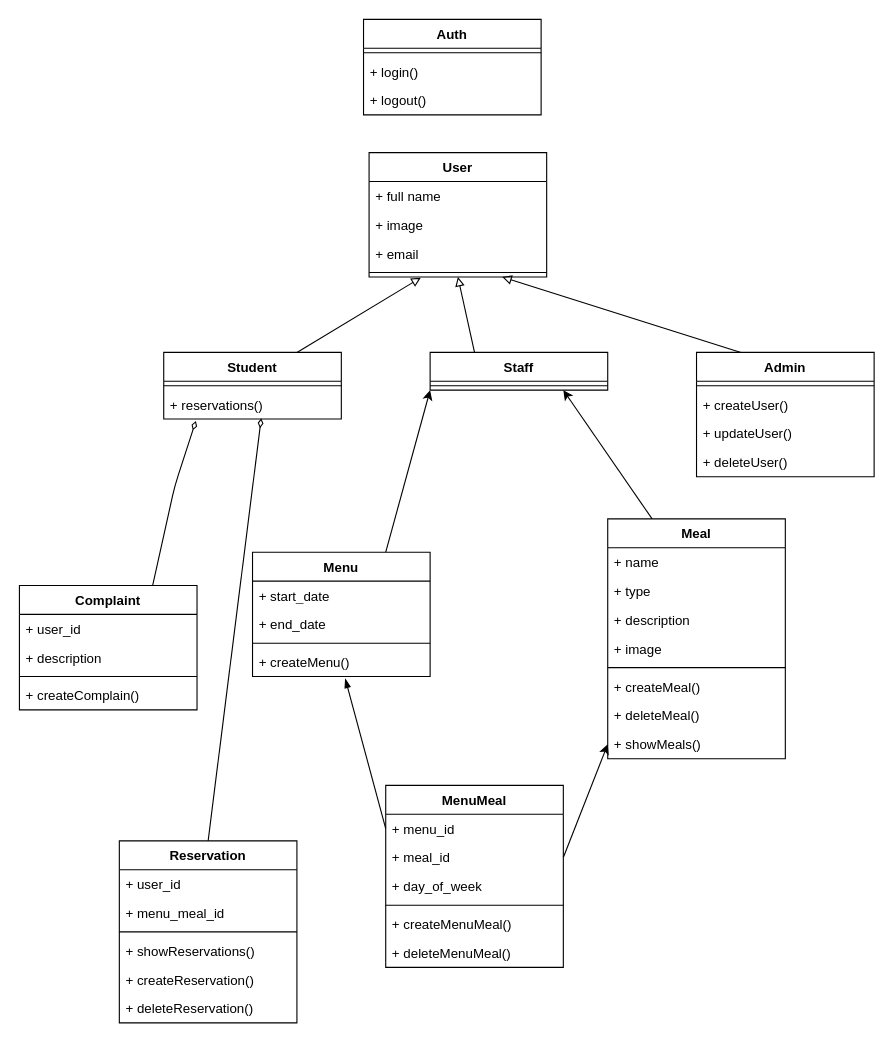
Before: schemas/class-diagram.drawio in amineElgaini/school-restaurant, a draw.io diagram. Source tidied: cells renumbered, new cells numbered last; positions are measured from the earlier drawing's top-left corner, leaving out a move shared by most shapes. Both pictures are drawn from the tidied source at 111%, with x=0, y=0 at pixel (19, 19).
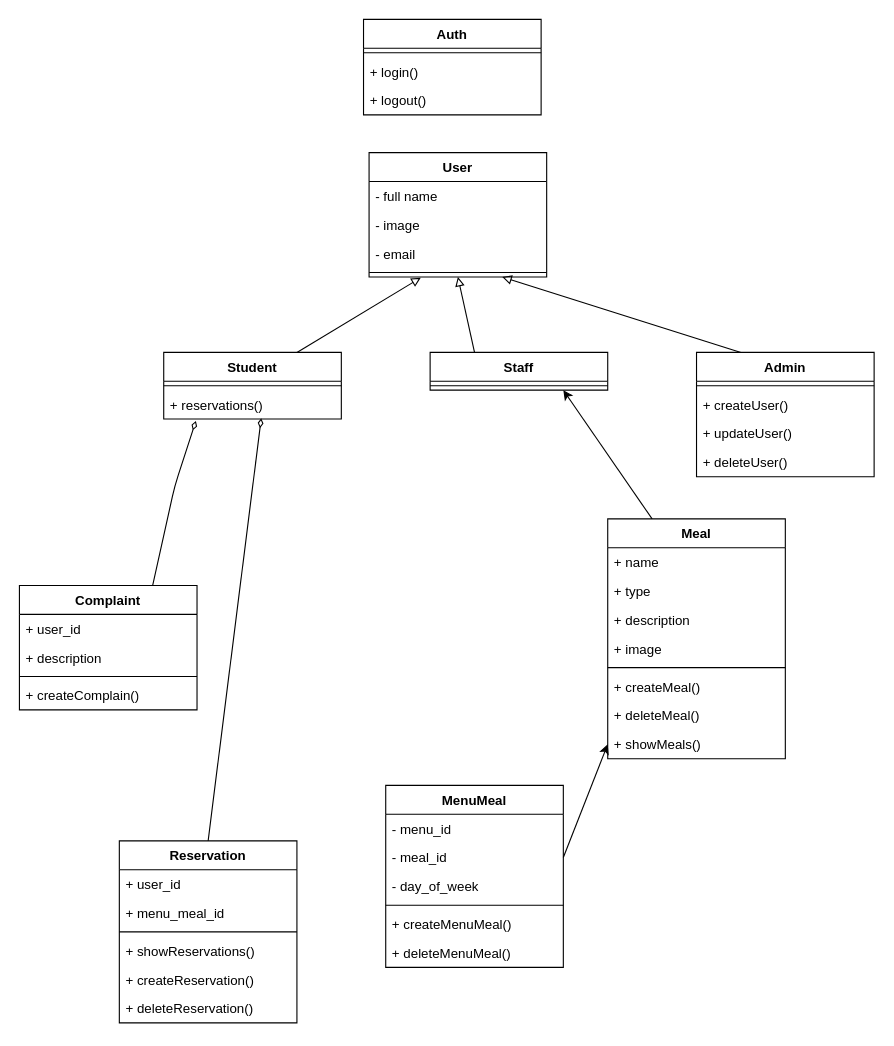
After the change.

Unchanged cells that the change refers to:
```xml
<mxCell id="2" value="User" style="swimlane;fontStyle=1;align=center;verticalAlign=top;horizontal=1;startSize=26;whiteSpace=wrap;html=1;" parent="1" vertex="1">
  <mxGeometry x="315" y="120" width="160" height="112" as="geometry" />
</mxCell>
<mxCell id="36" value="MenuMeal" style="swimlane;fontStyle=1;align=center;verticalAlign=top;horizontal=1;startSize=26;whiteSpace=wrap;html=1;" parent="1" vertex="1">
  <mxGeometry x="330" y="690" width="160" height="164" as="geometry" />
</mxCell>
<mxCell id="59" value="Staff" style="swimlane;fontStyle=1;align=center;verticalAlign=top;horizontal=1;startSize=26;whiteSpace=wrap;html=1;" parent="1" vertex="1">
  <mxGeometry x="370" y="300" width="160" height="34" as="geometry" />
</mxCell>
```

What changed in the source:
```diff
@@
-    <mxCell id="3" value="+ full name" style="text;strokeColor=none;fillColor=none;align=left;verticalAlign=top;spacingLeft=4;spacingRight=4;overflow=hidden;whiteSpace=wrap;html=1;" parent="2" vertex="1">
+    <mxCell id="3" value="- full name" style="text;strokeColor=none;fillColor=none;align=left;verticalAlign=top;spacingLeft=4;spacingRight=4;overflow=hidden;whiteSpace=wrap;html=1;" parent="2" vertex="1">
       <mxGeometry y="26" width="160" height="26" as="geometry" />
     </mxCell>
-    <mxCell id="4" value="+ image" style="text;strokeColor=none;fillColor=none;align=left;verticalAlign=top;spacingLeft=4;spacingRight=4;overflow=hidden;whiteSpace=wrap;html=1;" parent="2" vertex="1">
+    <mxCell id="4" value="- image" style="text;strokeColor=none;fillColor=none;align=left;verticalAlign=top;spacingLeft=4;spacingRight=4;overflow=hidden;whiteSpace=wrap;html=1;" parent="2" vertex="1">
       <mxGeometry y="52" width="160" height="26" as="geometry" />
     </mxCell>
-    <mxCell id="5" value="+ email" style="text;strokeColor=none;fillColor=none;align=left;verticalAlign=top;spacingLeft=4;spacingRight=4;overflow=hidden;whiteSpace=wrap;html=1;" parent="2" vertex="1">
+    <mxCell id="5" value="- email" style="text;strokeColor=none;fillColor=none;align=left;verticalAlign=top;spacingLeft=4;spacingRight=4;overflow=hidden;whiteSpace=wrap;html=1;" parent="2" vertex="1">
       <mxGeometry y="78" width="160" height="26" as="geometry" />
     </mxCell>
@@
-    <mxCell id="20" style="edgeStyle=none;html=1;exitX=0.75;exitY=0;exitDx=0;exitDy=0;entryX=0;entryY=1;entryDx=0;entryDy=0;" parent="1" edge="1" source="21" target="59">
-      <mxGeometry relative="1" as="geometry" />
-    </mxCell>
-    <mxCell id="21" value="Menu" style="swimlane;fontStyle=1;align=center;verticalAlign=top;horizontal=1;startSize=26;whiteSpace=wrap;html=1;" parent="1" vertex="1">
-      <mxGeometry x="210" y="480" width="160" height="112" as="geometry" />
-    </mxCell>
-    <mxCell id="22" value="+ start_date" style="text;strokeColor=none;fillColor=none;align=left;verticalAlign=top;spacingLeft=4;spacingRight=4;overflow=hidden;whiteSpace=wrap;html=1;" parent="21" vertex="1">
-      <mxGeometry y="26" width="160" height="26" as="geometry" />
-    </mxCell>
-    <mxCell id="23" value="+ end_date" style="text;strokeColor=none;fillColor=none;align=left;verticalAlign=top;spacingLeft=4;spacingRight=4;overflow=hidden;whiteSpace=wrap;html=1;" parent="21" vertex="1">
-      <mxGeometry y="52" width="160" height="26" as="geometry" />
-    </mxCell>
-    <mxCell id="24" style="line;strokeWidth=1;fillColor=none;align=left;verticalAlign=middle;spacingTop=-1;spacingLeft=3;spacingRight=3;labelPosition=right;strokeColor=inherit;" parent="21" vertex="1">
-      <mxGeometry y="78" width="160" height="8" as="geometry" />
-    </mxCell>
-    <mxCell id="25" value="+ createMenu()" style="text;strokeColor=none;fillColor=none;align=left;verticalAlign=top;spacingLeft=4;spacingRight=4;overflow=hidden;points=[[0,0.5],[1,0.5]];portConstraint=eastwest;whiteSpace=wrap;html=1;" parent="21" vertex="1">
-      <mxGeometry y="86" width="160" height="26" as="geometry" />
-    </mxCell>
@@
-    <mxCell id="37" value="+ menu_id" style="text;strokeColor=none;fillColor=none;align=left;verticalAlign=top;spacingLeft=4;spacingRight=4;overflow=hidden;points=[[0,0.5],[1,0.5]];portConstraint=eastwest;whiteSpace=wrap;html=1;" parent="36" vertex="1">
+    <mxCell id="37" value="- menu_id" style="text;strokeColor=none;fillColor=none;align=left;verticalAlign=top;spacingLeft=4;spacingRight=4;overflow=hidden;points=[[0,0.5],[1,0.5]];portConstraint=eastwest;whiteSpace=wrap;html=1;" parent="36" vertex="1">
       <mxGeometry y="26" width="160" height="26" as="geometry" />
     </mxCell>
-    <mxCell id="38" value="+ meal_id" style="text;strokeColor=none;fillColor=none;align=left;verticalAlign=top;spacingLeft=4;spacingRight=4;overflow=hidden;points=[[0,0.5],[1,0.5]];portConstraint=eastwest;whiteSpace=wrap;html=1;" parent="36" vertex="1">
+    <mxCell id="38" value="- meal_id" style="text;strokeColor=none;fillColor=none;align=left;verticalAlign=top;spacingLeft=4;spacingRight=4;overflow=hidden;points=[[0,0.5],[1,0.5]];portConstraint=eastwest;whiteSpace=wrap;html=1;" parent="36" vertex="1">
       <mxGeometry y="52" width="160" height="26" as="geometry" />
     </mxCell>
-    <mxCell id="39" value="+ day_of_week" style="text;strokeColor=none;fillColor=none;align=left;verticalAlign=top;spacingLeft=4;spacingRight=4;overflow=hidden;whiteSpace=wrap;html=1;" parent="36" vertex="1">
+    <mxCell id="39" value="- day_of_week" style="text;strokeColor=none;fillColor=none;align=left;verticalAlign=top;spacingLeft=4;spacingRight=4;overflow=hidden;whiteSpace=wrap;html=1;" parent="36" vertex="1">
       <mxGeometry y="78" width="160" height="26" as="geometry" />
     </mxCell>
@@
-    <mxCell id="62" style="edgeStyle=none;html=1;exitX=0;exitY=0.5;exitDx=0;exitDy=0;entryX=0.522;entryY=1.072;entryDx=0;entryDy=0;entryPerimeter=0;endArrow=blockThin;endFill=1;" parent="1" edge="1" source="37" target="25">
-      <mxGeometry relative="1" as="geometry" />
-    </mxCell>
```
